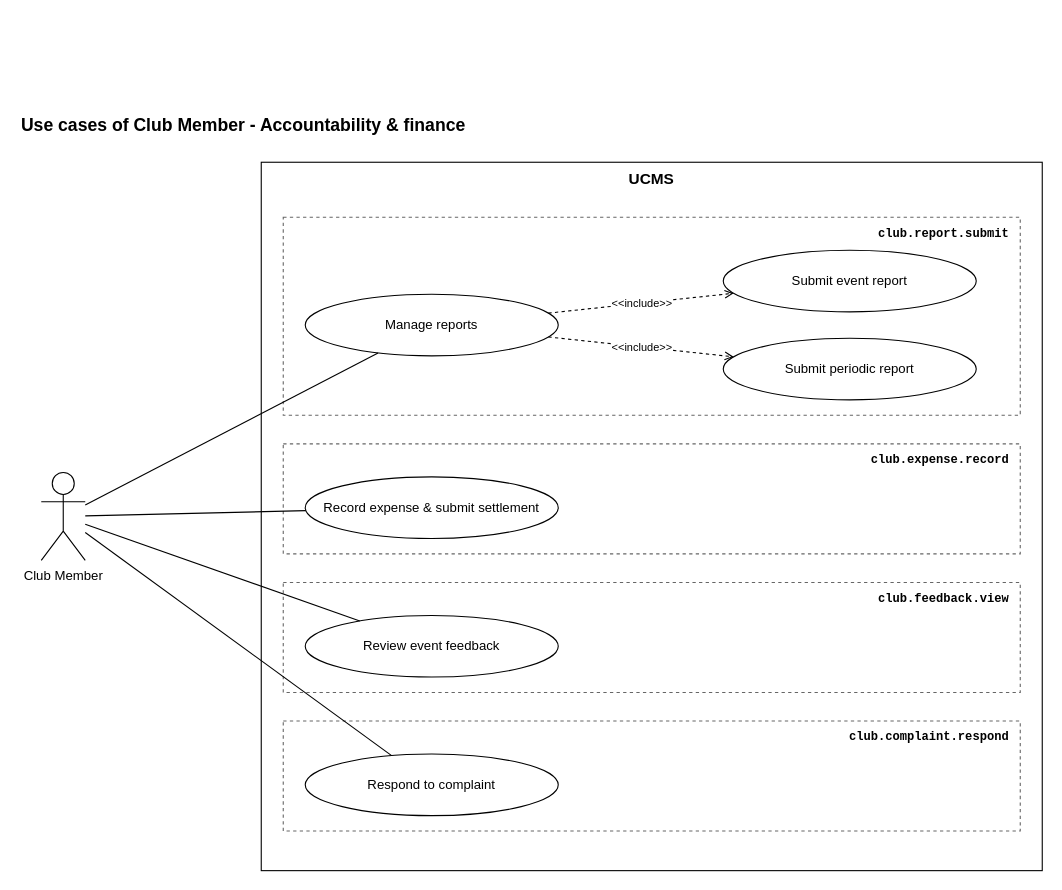
Before: page "Club Member 3 - Accountability & finance" (6 of 9) of docs/03-diagrams/UCMS_UseCase_ByActor.drawio in nvdekay/ClubManagementSystem, a draw.io diagram. Source tidied: cells renumbered, new cells numbered last; positions are measured from the earlier drawing's top-left corner, leaving out a move shared by most shapes. Both pictures are drawn from the tidied source at 110%, with x=0, y=0 at pixel (19, 107).
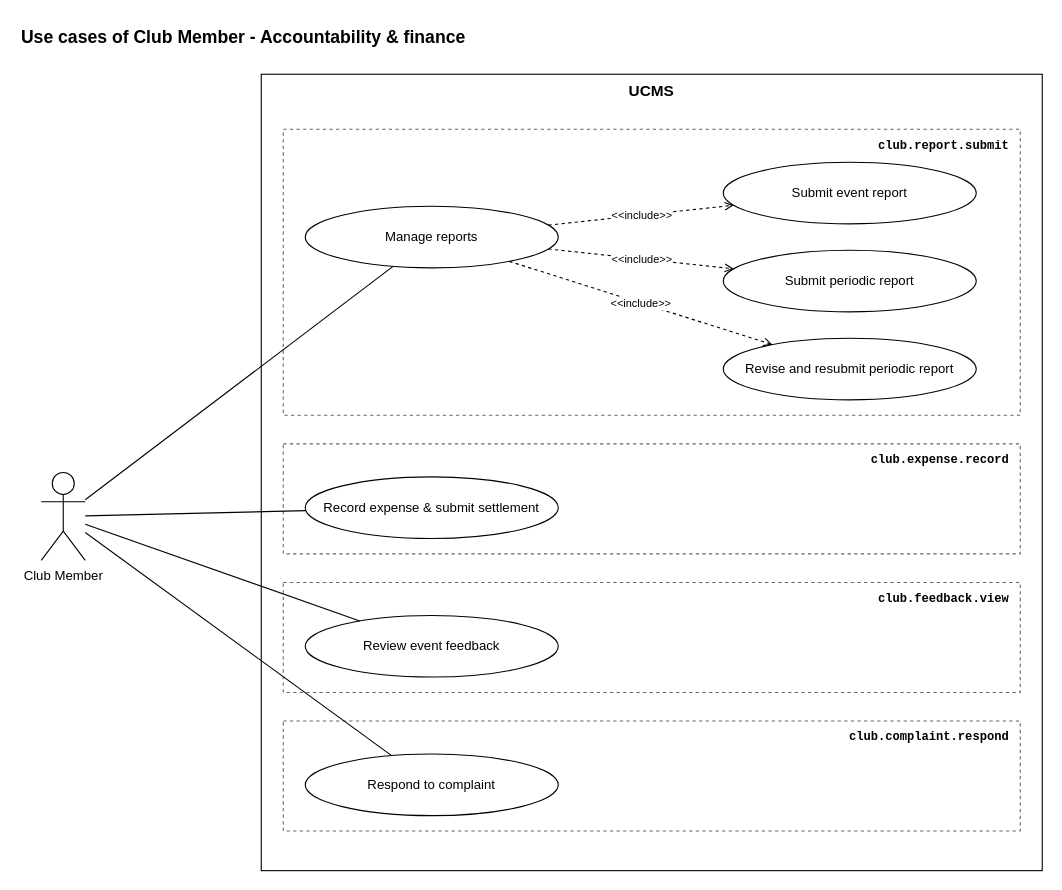
After the change.

Diff of the diagram source:
```diff
@@
     <mxCell id="2" value="Use cases of Club Member - Accountability &amp; finance" style="text;html=1;fontStyle=1;fontSize=16;align=left;" parent="1" vertex="1">
-      <mxGeometry width="900" height="30" as="geometry" />
+      <mxGeometry y="-80" width="900" height="30" as="geometry" />
     </mxCell>
     <mxCell id="3" value="UCMS" style="rounded=0;whiteSpace=wrap;html=1;fillColor=none;strokeColor=#000000;verticalAlign=top;fontStyle=1;fontSize=14;" parent="1" vertex="1">
-      <mxGeometry x="220" y="50" width="710" height="644" as="geometry" />
+      <mxGeometry x="220" y="-30" width="710" height="724" as="geometry" />
     </mxCell>
@@
     <mxCell id="5" value="club.report.submit" style="rounded=0;whiteSpace=wrap;html=1;fillColor=none;strokeColor=#666666;dashed=1;verticalAlign=top;align=right;spacingRight=8;spacingTop=2;fontSize=11;fontFamily=Courier New;fontStyle=1;" parent="1" vertex="1">
-      <mxGeometry x="240" y="100" width="670" height="180" as="geometry" />
+      <mxGeometry x="240" y="20" width="670" height="260" as="geometry" />
     </mxCell>
@@
     <mxCell id="9" value="Manage reports" style="ellipse;whiteSpace=wrap;html=1;fillColor=#ffffff;strokeColor=#000000;fontSize=12;" parent="1" vertex="1">
-      <mxGeometry x="260" y="170" width="230" height="56" as="geometry" />
+      <mxGeometry x="260" y="90" width="230" height="56" as="geometry" />
     </mxCell>
@@
     <mxCell id="11" value="Submit event report" style="ellipse;whiteSpace=wrap;html=1;fillColor=#ffffff;strokeColor=#000000;fontSize=12;" parent="1" vertex="1">
-      <mxGeometry x="640" y="130" width="230" height="56" as="geometry" />
+      <mxGeometry x="640" y="50" width="230" height="56" as="geometry" />
     </mxCell>
@@
     <mxCell id="13" value="Submit periodic report" style="ellipse;whiteSpace=wrap;html=1;fillColor=#ffffff;strokeColor=#000000;fontSize=12;" parent="1" vertex="1">
-      <mxGeometry x="640" y="210" width="230" height="56" as="geometry" />
+      <mxGeometry x="640" y="130" width="230" height="56" as="geometry" />
     </mxCell>
@@
+    <mxCell id="21" value="Revise and resubmit periodic report" style="ellipse;whiteSpace=wrap;html=1;fillColor=#ffffff;strokeColor=#000000;fontSize=12;" parent="1" vertex="1">
+      <mxGeometry x="640" y="210" width="230" height="56" as="geometry" />
+    </mxCell>
+    <mxCell id="22" value="&amp;lt;&amp;lt;include&amp;gt;&amp;gt;" style="endArrow=open;dashed=1;html=1;strokeColor=#000000;fontSize=10;labelBackgroundColor=#ffffff;" parent="1" edge="1" source="9" target="21">
+      <mxGeometry relative="1" as="geometry" />
+    </mxCell>
```
